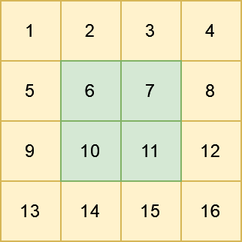
This is 格子.drawio.png from As-The-Wind/game-of-life-4-4, a draw.io export, as it was before one commit. Source tidied: cells renumbered, new cells last; positions are measured from the earlier drawing's top-left corner, leaving out a move shared by most shapes. The source it was exported from:
```xml
<mxGraphModel>
  <root>
    <mxCell id="0" />
    <mxCell id="1" parent="0" />
    <mxCell id="2" value="13" style="rounded=0;whiteSpace=wrap;html=1;fillColor=#fff2cc;strokeColor=#d6b656;" parent="1" vertex="1">
      <mxGeometry y="120" width="40" height="40" as="geometry" />
    </mxCell>
    <mxCell id="3" value="1" style="rounded=0;whiteSpace=wrap;html=1;fillColor=#fff2cc;strokeColor=#d6b656;" parent="1" vertex="1">
      <mxGeometry width="40" height="40" as="geometry" />
    </mxCell>
    <mxCell id="4" value="5" style="rounded=0;whiteSpace=wrap;html=1;fillColor=#fff2cc;strokeColor=#d6b656;" parent="1" vertex="1">
      <mxGeometry y="40" width="40" height="40" as="geometry" />
    </mxCell>
    <mxCell id="5" value="9" style="rounded=0;whiteSpace=wrap;html=1;fillColor=#fff2cc;strokeColor=#d6b656;" parent="1" vertex="1">
      <mxGeometry y="80" width="40" height="40" as="geometry" />
    </mxCell>
    <mxCell id="6" value="16" style="rounded=0;whiteSpace=wrap;html=1;fillColor=#fff2cc;strokeColor=#d6b656;" parent="1" vertex="1">
      <mxGeometry x="120" y="120" width="40" height="40" as="geometry" />
    </mxCell>
    <mxCell id="7" value="14" style="rounded=0;whiteSpace=wrap;html=1;fillColor=#fff2cc;strokeColor=#d6b656;" parent="1" vertex="1">
      <mxGeometry x="40" y="120" width="40" height="40" as="geometry" />
    </mxCell>
    <mxCell id="8" value="15" style="rounded=0;whiteSpace=wrap;html=1;fillColor=#fff2cc;strokeColor=#d6b656;" parent="1" vertex="1">
      <mxGeometry x="80" y="120" width="40" height="40" as="geometry" />
    </mxCell>
    <mxCell id="9" value="4" style="rounded=0;whiteSpace=wrap;html=1;fillColor=#fff2cc;strokeColor=#d6b656;" parent="1" vertex="1">
      <mxGeometry x="120" width="40" height="40" as="geometry" />
    </mxCell>
    <mxCell id="10" value="8" style="rounded=0;whiteSpace=wrap;html=1;fillColor=#fff2cc;strokeColor=#d6b656;" parent="1" vertex="1">
      <mxGeometry x="120" y="40" width="40" height="40" as="geometry" />
    </mxCell>
    <mxCell id="11" value="12" style="rounded=0;whiteSpace=wrap;html=1;fillColor=#fff2cc;strokeColor=#d6b656;" parent="1" vertex="1">
      <mxGeometry x="120" y="80" width="40" height="40" as="geometry" />
    </mxCell>
    <mxCell id="12" value="2" style="rounded=0;whiteSpace=wrap;html=1;fillColor=#fff2cc;strokeColor=#d6b656;" parent="1" vertex="1">
      <mxGeometry x="40" width="40" height="40" as="geometry" />
    </mxCell>
    <mxCell id="13" value="3" style="rounded=0;whiteSpace=wrap;html=1;fillColor=#fff2cc;strokeColor=#d6b656;" parent="1" vertex="1">
      <mxGeometry x="80" width="40" height="40" as="geometry" />
    </mxCell>
    <mxCell id="14" value="6" style="rounded=0;whiteSpace=wrap;html=1;fillColor=#d5e8d4;strokeColor=#82b366;" parent="1" vertex="1">
      <mxGeometry x="40" y="40" width="40" height="40" as="geometry" />
    </mxCell>
    <mxCell id="15" value="7" style="rounded=0;whiteSpace=wrap;html=1;fillColor=#d5e8d4;strokeColor=#82b366;" parent="1" vertex="1">
      <mxGeometry x="80" y="40" width="40" height="40" as="geometry" />
    </mxCell>
    <mxCell id="16" value="10" style="rounded=0;whiteSpace=wrap;html=1;fillColor=#d5e8d4;strokeColor=#82b366;" parent="1" vertex="1">
      <mxGeometry x="40" y="80" width="40" height="40" as="geometry" />
    </mxCell>
    <mxCell id="17" value="11" style="rounded=0;whiteSpace=wrap;html=1;fillColor=#d5e8d4;strokeColor=#82b366;" parent="1" vertex="1">
      <mxGeometry x="80" y="80" width="40" height="40" as="geometry" />
    </mxCell>
  </root>
</mxGraphModel>
```
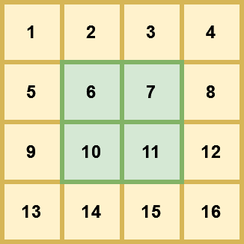
After the change.

Diff of the diagram source:
```diff
@@ -2,52 +2,52 @@
   <root>
     <mxCell id="0" />
     <mxCell id="1" parent="0" />
-    <mxCell id="2" value="13" style="rounded=0;whiteSpace=wrap;html=1;fillColor=#fff2cc;strokeColor=#d6b656;" parent="1" vertex="1">
+    <mxCell id="2" value="13" style="rounded=0;whiteSpace=wrap;html=1;fillColor=#fff2cc;strokeColor=#d6b656;strokeWidth=3;fontStyle=1;" parent="1" vertex="1">
       <mxGeometry y="120" width="40" height="40" as="geometry" />
     </mxCell>
-    <mxCell id="3" value="1" style="rounded=0;whiteSpace=wrap;html=1;fillColor=#fff2cc;strokeColor=#d6b656;" parent="1" vertex="1">
+    <mxCell id="3" value="1" style="rounded=0;whiteSpace=wrap;html=1;fillColor=#fff2cc;strokeColor=#d6b656;strokeWidth=3;fontStyle=1;" parent="1" vertex="1">
       <mxGeometry width="40" height="40" as="geometry" />
     </mxCell>
-    <mxCell id="4" value="5" style="rounded=0;whiteSpace=wrap;html=1;fillColor=#fff2cc;strokeColor=#d6b656;" parent="1" vertex="1">
+    <mxCell id="4" value="5" style="rounded=0;whiteSpace=wrap;html=1;fillColor=#fff2cc;strokeColor=#d6b656;strokeWidth=3;fontStyle=1;" parent="1" vertex="1">
       <mxGeometry y="40" width="40" height="40" as="geometry" />
     </mxCell>
-    <mxCell id="5" value="9" style="rounded=0;whiteSpace=wrap;html=1;fillColor=#fff2cc;strokeColor=#d6b656;" parent="1" vertex="1">
+    <mxCell id="5" value="9" style="rounded=0;whiteSpace=wrap;html=1;fillColor=#fff2cc;strokeColor=#d6b656;strokeWidth=3;fontStyle=1;" parent="1" vertex="1">
       <mxGeometry y="80" width="40" height="40" as="geometry" />
     </mxCell>
-    <mxCell id="6" value="16" style="rounded=0;whiteSpace=wrap;html=1;fillColor=#fff2cc;strokeColor=#d6b656;" parent="1" vertex="1">
+    <mxCell id="6" value="16" style="rounded=0;whiteSpace=wrap;html=1;fillColor=#fff2cc;strokeColor=#d6b656;strokeWidth=3;fontStyle=1;" parent="1" vertex="1">
       <mxGeometry x="120" y="120" width="40" height="40" as="geometry" />
     </mxCell>
-    <mxCell id="7" value="14" style="rounded=0;whiteSpace=wrap;html=1;fillColor=#fff2cc;strokeColor=#d6b656;" parent="1" vertex="1">
+    <mxCell id="7" value="14" style="rounded=0;whiteSpace=wrap;html=1;fillColor=#fff2cc;strokeColor=#d6b656;strokeWidth=3;fontStyle=1;" parent="1" vertex="1">
       <mxGeometry x="40" y="120" width="40" height="40" as="geometry" />
     </mxCell>
-    <mxCell id="8" value="15" style="rounded=0;whiteSpace=wrap;html=1;fillColor=#fff2cc;strokeColor=#d6b656;" parent="1" vertex="1">
+    <mxCell id="8" value="15" style="rounded=0;whiteSpace=wrap;html=1;fillColor=#fff2cc;strokeColor=#d6b656;strokeWidth=3;fontStyle=1;" parent="1" vertex="1">
       <mxGeometry x="80" y="120" width="40" height="40" as="geometry" />
     </mxCell>
-    <mxCell id="9" value="4" style="rounded=0;whiteSpace=wrap;html=1;fillColor=#fff2cc;strokeColor=#d6b656;" parent="1" vertex="1">
+    <mxCell id="9" value="4" style="rounded=0;whiteSpace=wrap;html=1;fillColor=#fff2cc;strokeColor=#d6b656;strokeWidth=3;fontStyle=1;" parent="1" vertex="1">
       <mxGeometry x="120" width="40" height="40" as="geometry" />
     </mxCell>
-    <mxCell id="10" value="8" style="rounded=0;whiteSpace=wrap;html=1;fillColor=#fff2cc;strokeColor=#d6b656;" parent="1" vertex="1">
+    <mxCell id="10" value="8" style="rounded=0;whiteSpace=wrap;html=1;fillColor=#fff2cc;strokeColor=#d6b656;strokeWidth=3;fontStyle=1;" parent="1" vertex="1">
       <mxGeometry x="120" y="40" width="40" height="40" as="geometry" />
     </mxCell>
-    <mxCell id="11" value="12" style="rounded=0;whiteSpace=wrap;html=1;fillColor=#fff2cc;strokeColor=#d6b656;" parent="1" vertex="1">
+    <mxCell id="11" value="12" style="rounded=0;whiteSpace=wrap;html=1;fillColor=#fff2cc;strokeColor=#d6b656;strokeWidth=3;fontStyle=1;" parent="1" vertex="1">
       <mxGeometry x="120" y="80" width="40" height="40" as="geometry" />
     </mxCell>
-    <mxCell id="12" value="2" style="rounded=0;whiteSpace=wrap;html=1;fillColor=#fff2cc;strokeColor=#d6b656;" parent="1" vertex="1">
+    <mxCell id="12" value="2" style="rounded=0;whiteSpace=wrap;html=1;fillColor=#fff2cc;strokeColor=#d6b656;strokeWidth=3;fontStyle=1;" parent="1" vertex="1">
       <mxGeometry x="40" width="40" height="40" as="geometry" />
     </mxCell>
-    <mxCell id="13" value="3" style="rounded=0;whiteSpace=wrap;html=1;fillColor=#fff2cc;strokeColor=#d6b656;" parent="1" vertex="1">
+    <mxCell id="13" value="3" style="rounded=0;whiteSpace=wrap;html=1;fillColor=#fff2cc;strokeColor=#d6b656;strokeWidth=3;fontStyle=1;" parent="1" vertex="1">
       <mxGeometry x="80" width="40" height="40" as="geometry" />
     </mxCell>
-    <mxCell id="14" value="6" style="rounded=0;whiteSpace=wrap;html=1;fillColor=#d5e8d4;strokeColor=#82b366;" parent="1" vertex="1">
+    <mxCell id="14" value="6" style="rounded=0;whiteSpace=wrap;html=1;fillColor=#d5e8d4;strokeColor=#82b366;strokeWidth=3;fontStyle=1;" parent="1" vertex="1">
       <mxGeometry x="40" y="40" width="40" height="40" as="geometry" />
     </mxCell>
-    <mxCell id="15" value="7" style="rounded=0;whiteSpace=wrap;html=1;fillColor=#d5e8d4;strokeColor=#82b366;" parent="1" vertex="1">
+    <mxCell id="15" value="7" style="rounded=0;whiteSpace=wrap;html=1;fillColor=#d5e8d4;strokeColor=#82b366;strokeWidth=3;fontStyle=1;" parent="1" vertex="1">
       <mxGeometry x="80" y="40" width="40" height="40" as="geometry" />
     </mxCell>
-    <mxCell id="16" value="10" style="rounded=0;whiteSpace=wrap;html=1;fillColor=#d5e8d4;strokeColor=#82b366;" parent="1" vertex="1">
+    <mxCell id="16" value="10" style="rounded=0;whiteSpace=wrap;html=1;fillColor=#d5e8d4;strokeColor=#82b366;strokeWidth=3;fontStyle=1;" parent="1" vertex="1">
       <mxGeometry x="40" y="80" width="40" height="40" as="geometry" />
     </mxCell>
-    <mxCell id="17" value="11" style="rounded=0;whiteSpace=wrap;html=1;fillColor=#d5e8d4;strokeColor=#82b366;" parent="1" vertex="1">
+    <mxCell id="17" value="11" style="rounded=0;whiteSpace=wrap;html=1;fillColor=#d5e8d4;strokeColor=#82b366;strokeWidth=3;fontStyle=1;" parent="1" vertex="1">
       <mxGeometry x="80" y="80" width="40" height="40" as="geometry" />
     </mxCell>
   </root>
```
